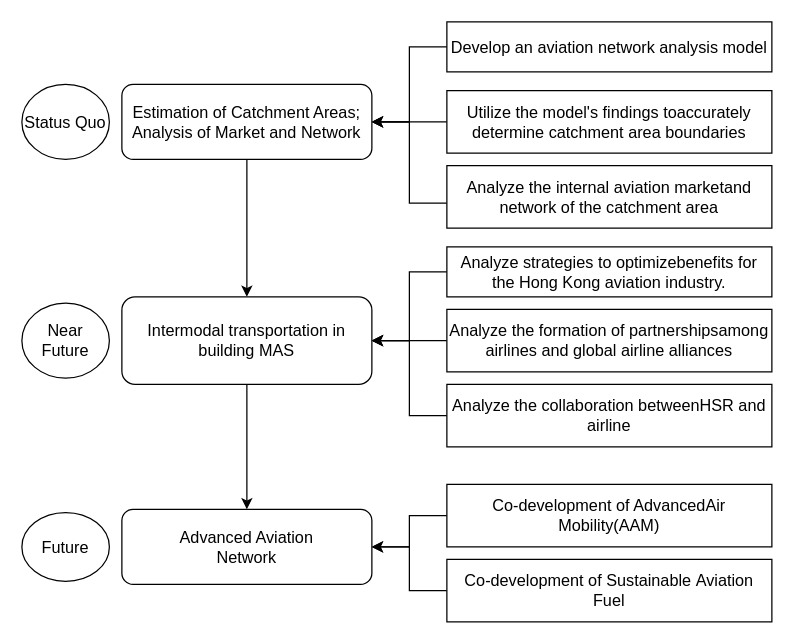
The draw.io diagram Untitled Diagram.drawio in HengfeiMa95/paper-reading, before the edit. Source tidied: cells renumbered, new cells numbered last; positions are measured from the earlier drawing's top-left corner, leaving out a move shared by most shapes. Both pictures are drawn from the tidied source at 125%, with x=0, y=0 at pixel (21, 21).
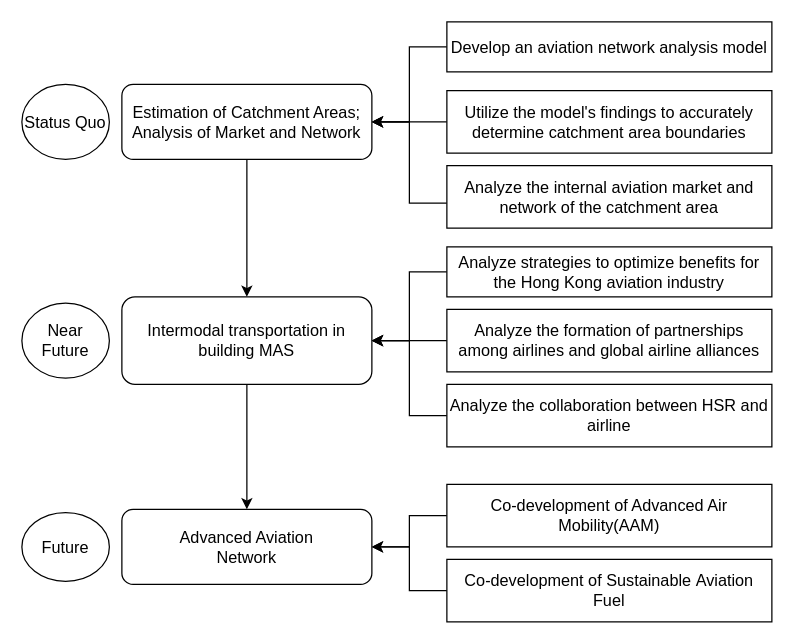
The same diagram, later.

Change to the diagram source:
```diff
@@
-    <mxCell id="10" value="Utilize the model's findings toaccurately determine catchment area boundaries" style="rounded=0;whiteSpace=wrap;html=1;fontSize=13;" parent="1" vertex="1">
+    <mxCell id="10" value="Utilize the model's findings to accurately determine catchment area boundaries" style="rounded=0;whiteSpace=wrap;html=1;fontSize=13;" parent="1" vertex="1">
       <mxGeometry x="340" y="55" width="260" height="50" as="geometry" />
     </mxCell>
@@
-    <mxCell id="12" value="Analyze the internal aviation marketand network of the catchment area" style="rounded=0;whiteSpace=wrap;html=1;fontSize=13;" parent="1" vertex="1">
+    <mxCell id="12" value="Analyze the internal aviation market and network of the catchment area" style="rounded=0;whiteSpace=wrap;html=1;fontSize=13;" parent="1" vertex="1">
       <mxGeometry x="340" y="115" width="260" height="50" as="geometry" />
     </mxCell>
@@
-    <mxCell id="14" value="&lt;div style=&quot;font-size: 13px;&quot;&gt;Analyze strategies to optimizebenefits for the Hong Kong aviation&amp;nbsp;&lt;span style=&quot;background-color: initial; font-size: 13px;&quot;&gt;industry.&lt;/span&gt;&lt;/div&gt;" style="rounded=0;whiteSpace=wrap;html=1;fontSize=13;" parent="1" vertex="1">
+    <mxCell id="14" value="&lt;div style=&quot;font-size: 13px;&quot;&gt;Analyze strategies to optimize benefits for the Hong Kong aviation&amp;nbsp;&lt;span style=&quot;background-color: initial; font-size: 13px;&quot;&gt;industry&lt;/span&gt;&lt;/div&gt;" style="rounded=0;whiteSpace=wrap;html=1;fontSize=13;" parent="1" vertex="1">
       <mxGeometry x="340" y="180" width="260" height="40" as="geometry" />
     </mxCell>
@@
-    <mxCell id="18" value="Co-development of AdvancedAir Mobility(AAM)" style="rounded=0;whiteSpace=wrap;html=1;fontSize=13;" parent="1" vertex="1">
+    <mxCell id="18" value="Co-development of Advanced Air Mobility(AAM)" style="rounded=0;whiteSpace=wrap;html=1;fontSize=13;" parent="1" vertex="1">
       <mxGeometry x="340" y="370" width="260" height="50" as="geometry" />
     </mxCell>
@@
-    <mxCell id="20" value="Analyze the collaboration betweenHSR and airline" style="rounded=0;whiteSpace=wrap;html=1;fontSize=13;" parent="1" vertex="1">
+    <mxCell id="20" value="Analyze the collaboration between HSR and airline" style="rounded=0;whiteSpace=wrap;html=1;fontSize=13;" parent="1" vertex="1">
       <mxGeometry x="340" y="290" width="260" height="50" as="geometry" />
     </mxCell>
@@
-    <mxCell id="22" value="&lt;div style=&quot;font-size: 13px;&quot;&gt;Analyze the formation of partnershipsamong airlines and global airline&amp;nbsp;&lt;span style=&quot;background-color: initial; font-size: 13px;&quot;&gt;alliances&lt;/span&gt;&lt;/div&gt;" style="rounded=0;whiteSpace=wrap;html=1;fontSize=13;" parent="1" vertex="1">
+    <mxCell id="22" value="&lt;div style=&quot;font-size: 13px;&quot;&gt;Analyze the formation of partnerships among airlines and global airline&amp;nbsp;&lt;span style=&quot;background-color: initial; font-size: 13px;&quot;&gt;alliances&lt;/span&gt;&lt;/div&gt;" style="rounded=0;whiteSpace=wrap;html=1;fontSize=13;" parent="1" vertex="1">
       <mxGeometry x="340" y="230" width="260" height="50" as="geometry" />
     </mxCell>
```
